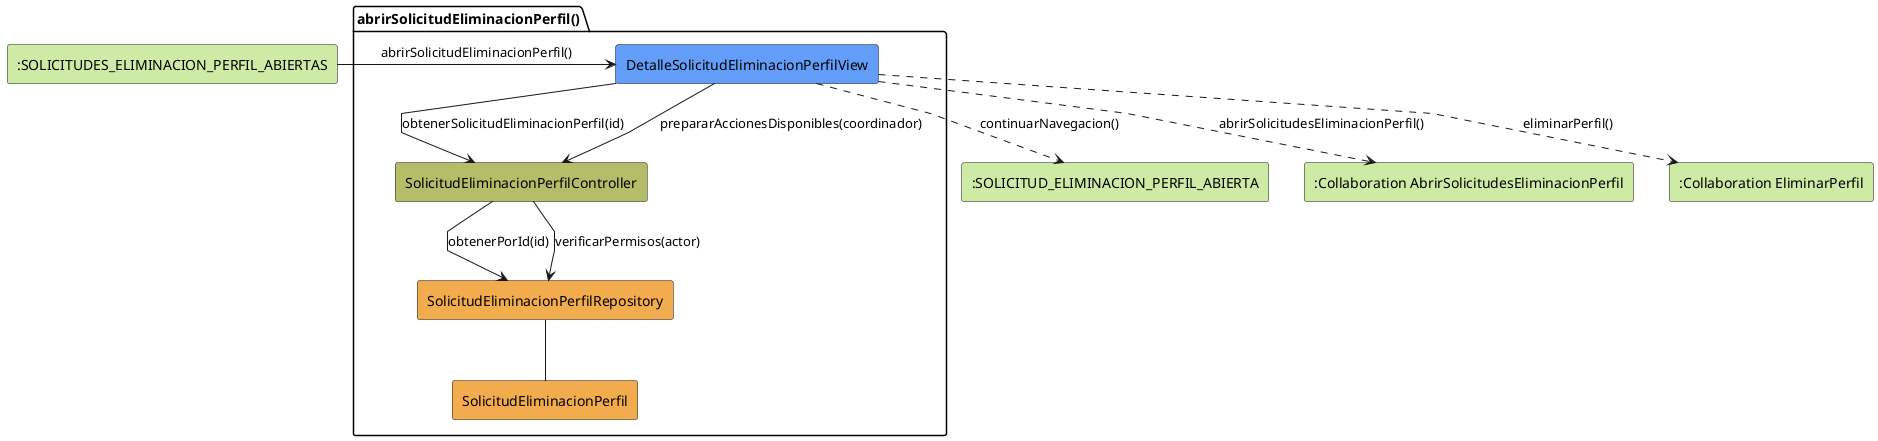
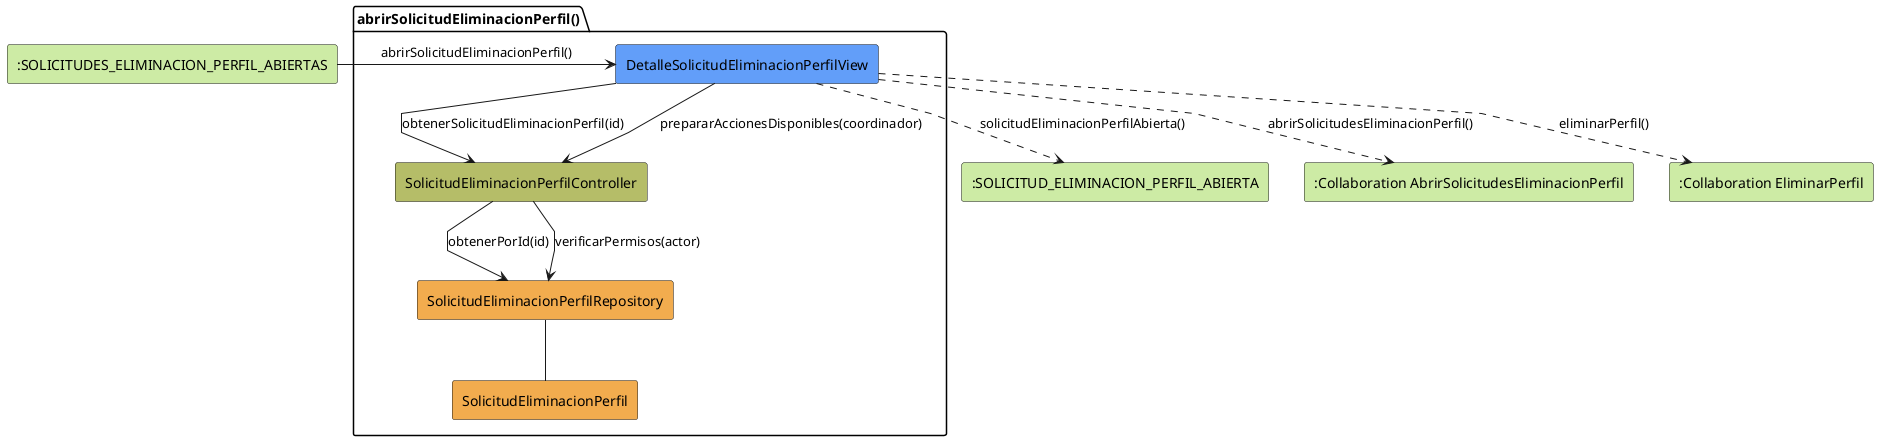
@startuml abrirSolicitudEliminacionPerfil-analisis
skinparam linetype polyline

rectangle #CDEBA5 ":SOLICITUDES_ELIMINACION_PERFIL_ABIERTAS" as EstadoEntrada
package abrirSolicitudEliminacionPerfil as "abrirSolicitudEliminacionPerfil()" {
    rectangle #629EF9 DetalleSolicitudEliminacionPerfilView
    rectangle #b5bd68 SolicitudEliminacionPerfilController
    rectangle #F2AC4E SolicitudEliminacionPerfilRepository
    rectangle #F2AC4E SolicitudEliminacionPerfil
}

rectangle #CDEBA5 ":SOLICITUD_ELIMINACION_PERFIL_ABIERTA" as EstadoSalida
rectangle #CDEBA5 ":Collaboration AbrirSolicitudesEliminacionPerfil" as AbrirSolicitudesEliminacionPerfil
rectangle #CDEBA5 ":Collaboration EliminarPerfil" as EliminarPerfil

EstadoEntrada -r-> DetalleSolicitudEliminacionPerfilView: abrirSolicitudEliminacionPerfil()

DetalleSolicitudEliminacionPerfilView -d-> SolicitudEliminacionPerfilController: obtenerSolicitudEliminacionPerfil(id)
DetalleSolicitudEliminacionPerfilView --> SolicitudEliminacionPerfilController: prepararAccionesDisponibles(coordinador)
SolicitudEliminacionPerfilController --> SolicitudEliminacionPerfilRepository: obtenerPorId(id)
SolicitudEliminacionPerfilController --> SolicitudEliminacionPerfilRepository: verificarPermisos(actor)
SolicitudEliminacionPerfilRepository -- SolicitudEliminacionPerfil
- DetalleSolicitudEliminacionPerfilView ..> EstadoSalida: continuarNavegacion()
+ DetalleSolicitudEliminacionPerfilView ..> EstadoSalida: solicitudEliminacionPerfilAbierta()
DetalleSolicitudEliminacionPerfilView ..> AbrirSolicitudesEliminacionPerfil: abrirSolicitudesEliminacionPerfil()
DetalleSolicitudEliminacionPerfilView ..> EliminarPerfil: eliminarPerfil()

@enduml
